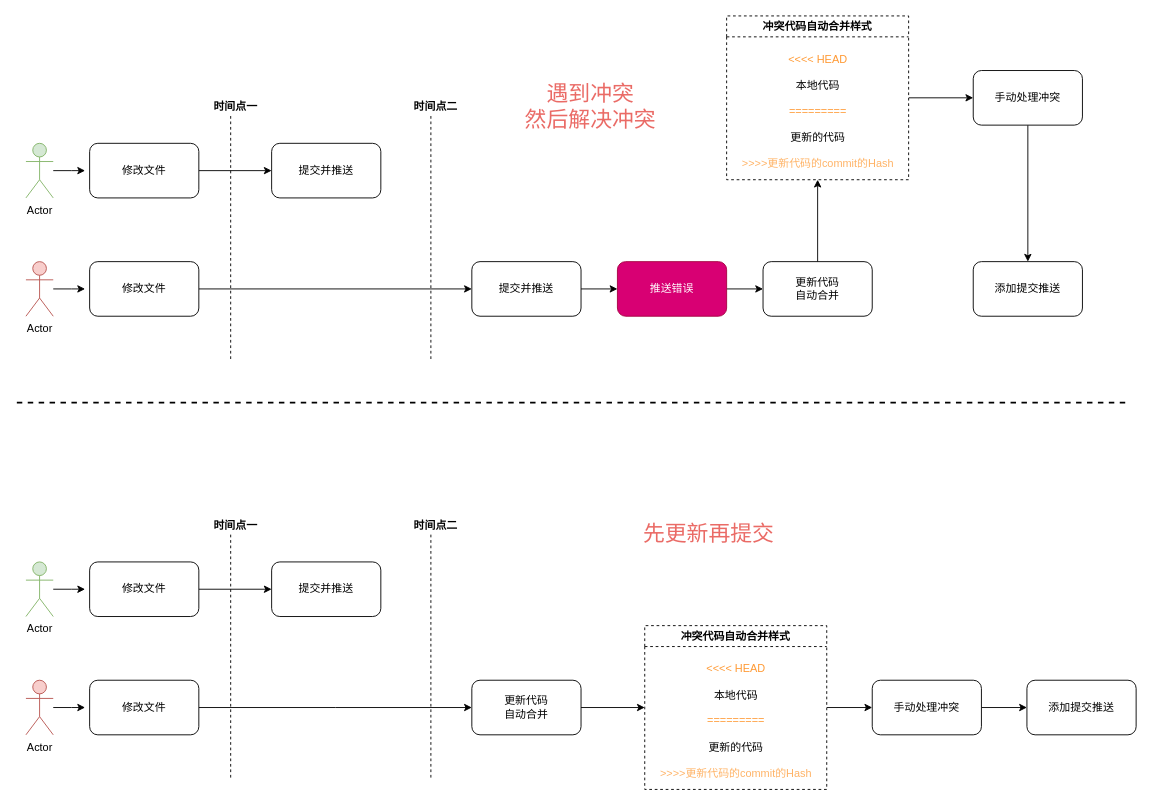
The draw.io diagram page "修改同一文件同一区域" (3 of 5) of git提交文件.drawio in fxiaoyu97/Algorithm-Utils, before the edit. Source tidied: cells renumbered, new cells numbered last; positions are measured from the earlier drawing's top-left corner, leaving out a move shared by most shapes. Both pictures are drawn from the tidied source at 91%, with x=0, y=0 at pixel (16, 15).
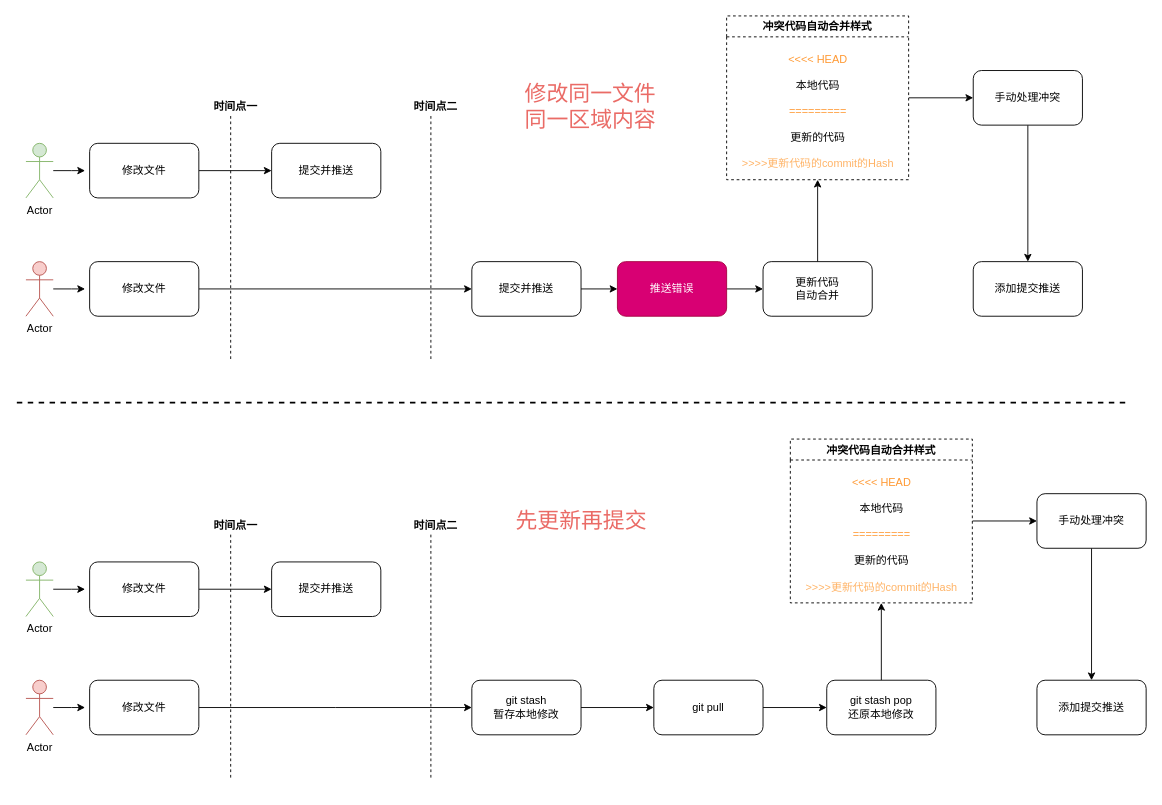
The same page after the edit.

Diff of the diagram source:
```diff
@@
-    <mxCell id="30" value="&lt;font color=&quot;#ea6b66&quot; style=&quot;font-size: 24px;&quot;&gt;遇到冲突&lt;br&gt;然后解决冲突&lt;/font&gt;" style="text;html=1;align=center;verticalAlign=middle;strokeColor=none;fillColor=none;fontColor=#000000;" parent="1" vertex="1">
+    <mxCell id="30" value="&lt;font color=&quot;#ea6b66&quot;&gt;&lt;span style=&quot;font-size: 24px;&quot;&gt;修改同一文件&lt;br&gt;同一区域内容&lt;/span&gt;&lt;/font&gt;" style="text;html=1;align=center;verticalAlign=middle;strokeColor=none;fillColor=none;fontColor=#000000;" parent="1" vertex="1">
       <mxGeometry x="550" y="80" width="160" height="40" as="geometry" />
     </mxCell>
@@
-    <mxCell id="46" style="edgeStyle=orthogonalEdgeStyle;rounded=0;jettySize=auto;html=1;fontSize=24;fontColor=#EA6B66;entryX=0;entryY=0.5;entryDx=0;entryDy=0;" parent="1" edge="1" source="47" target="49">
-      <mxGeometry relative="1" as="geometry" />
-    </mxCell>
+    <mxCell id="55" style="edgeStyle=orthogonalEdgeStyle;rounded=0;jettySize=auto;html=1;" parent="1" edge="1" source="47" target="59">
+      <mxGeometry relative="1" as="geometry" />
+    </mxCell>
-    <mxCell id="47" value="更新代码&lt;br&gt;自动合并" style="whiteSpace=wrap;html=1;rounded=1;" parent="1" vertex="1">
+    <mxCell id="47" value="git stash&lt;br&gt;暂存本地修改" style="whiteSpace=wrap;html=1;rounded=1;" parent="1" vertex="1">
       <mxGeometry x="500" y="730" width="120" height="60" as="geometry" />
     </mxCell>
+    <mxCell id="54" value="&lt;font color=&quot;#ea6b66&quot; style=&quot;font-size: 24px;&quot;&gt;先更新再提交&lt;br&gt;&lt;/font&gt;" style="text;html=1;align=center;verticalAlign=middle;strokeColor=none;fillColor=none;fontColor=#000000;" parent="1" vertex="1">
+      <mxGeometry x="540" y="545" width="160" height="20" as="geometry" />
+    </mxCell>
+    <mxCell id="56" style="edgeStyle=orthogonalEdgeStyle;rounded=0;jettySize=auto;html=1;fontColor=#000000;entryX=0.5;entryY=1;entryDx=0;entryDy=0;" parent="1" edge="1" source="57" target="49">
+      <mxGeometry relative="1" as="geometry" />
+    </mxCell>
+    <mxCell id="57" value="git stash pop&lt;br&gt;还原本地修改" style="whiteSpace=wrap;html=1;rounded=1;" parent="1" vertex="1">
+      <mxGeometry x="890" y="730" width="120" height="60" as="geometry" />
+    </mxCell>
@@
     <mxCell id="49" value="冲突代码自动合并样式" style="swimlane;dashed=1;fontColor=#000000;strokeWidth=1;swimlaneFillColor=default;" parent="1" vertex="1">
-      <mxGeometry x="690" y="670" width="200" height="180" as="geometry" />
+      <mxGeometry x="850" y="465" width="200" height="180" as="geometry" />
     </mxCell>
@@
     <mxCell id="52" value="手动处理冲突" style="whiteSpace=wrap;html=1;rounded=1;" parent="1" vertex="1">
-      <mxGeometry x="940" y="730" width="120" height="60" as="geometry" />
+      <mxGeometry x="1121" y="525" width="120" height="60" as="geometry" />
     </mxCell>
     <mxCell id="53" value="添加提交推送" style="whiteSpace=wrap;html=1;rounded=1;" parent="1" vertex="1">
-      <mxGeometry x="1110" y="730" width="120" height="60" as="geometry" />
+      <mxGeometry x="1121" y="730" width="120" height="60" as="geometry" />
     </mxCell>
-    <mxCell id="54" value="&lt;font color=&quot;#ea6b66&quot; style=&quot;font-size: 24px;&quot;&gt;先更新再提交&lt;br&gt;&lt;/font&gt;" style="text;html=1;align=center;verticalAlign=middle;strokeColor=none;fillColor=none;fontColor=#000000;" parent="1" vertex="1">
-      <mxGeometry x="680" y="560" width="160" height="20" as="geometry" />
-    </mxCell>
+    <mxCell id="58" style="edgeStyle=orthogonalEdgeStyle;rounded=0;jettySize=auto;html=1;" parent="1" edge="1" source="59" target="57">
+      <mxGeometry relative="1" as="geometry" />
+    </mxCell>
+    <mxCell id="59" value="git pull" style="whiteSpace=wrap;html=1;rounded=1;" parent="1" vertex="1">
+      <mxGeometry x="700" y="730" width="120" height="60" as="geometry" />
+    </mxCell>
```
